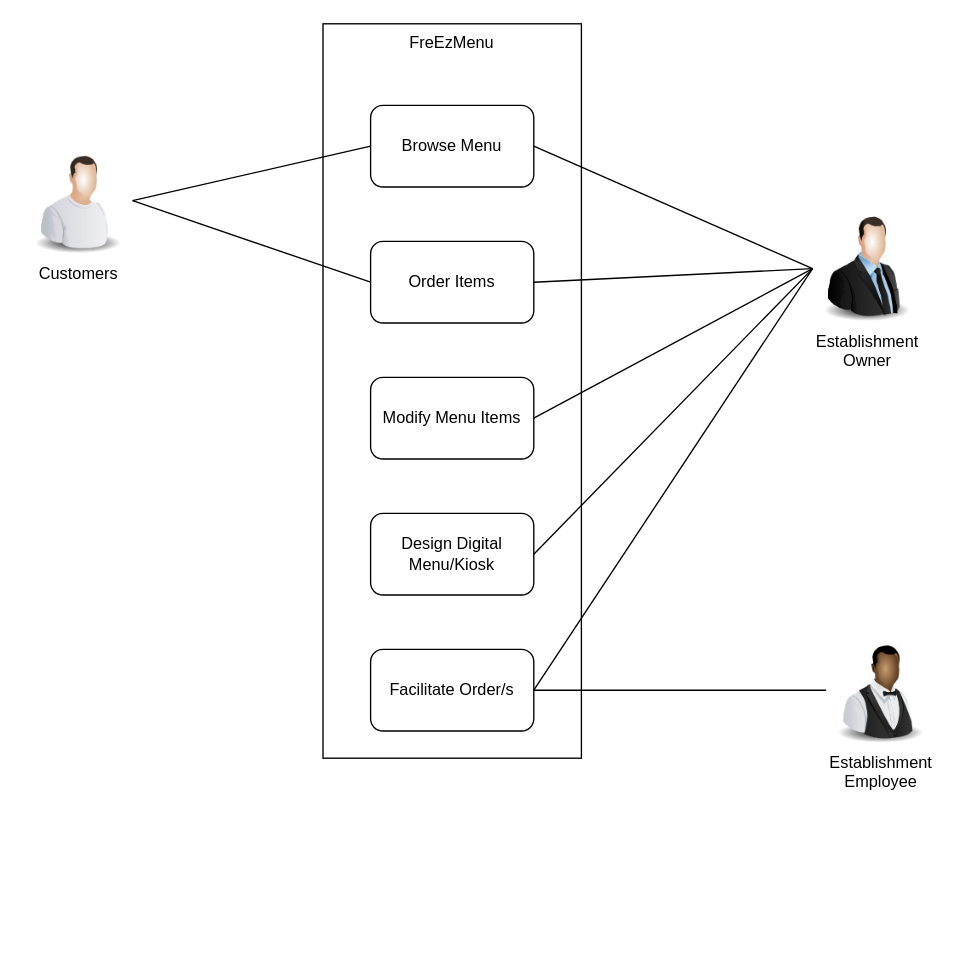
Earlier version of the draw.io diagram DOCS/Diagrams/Use Case Diagram 2.drawio (alexxGmZ/MenuMaApp). Source tidied: cells renumbered, new cells numbered last; positions are measured from the earlier drawing's top-left corner, leaving out a move shared by most shapes. Both pictures are drawn from the tidied source at 136%, with x=0, y=0 at pixel (23, 23).
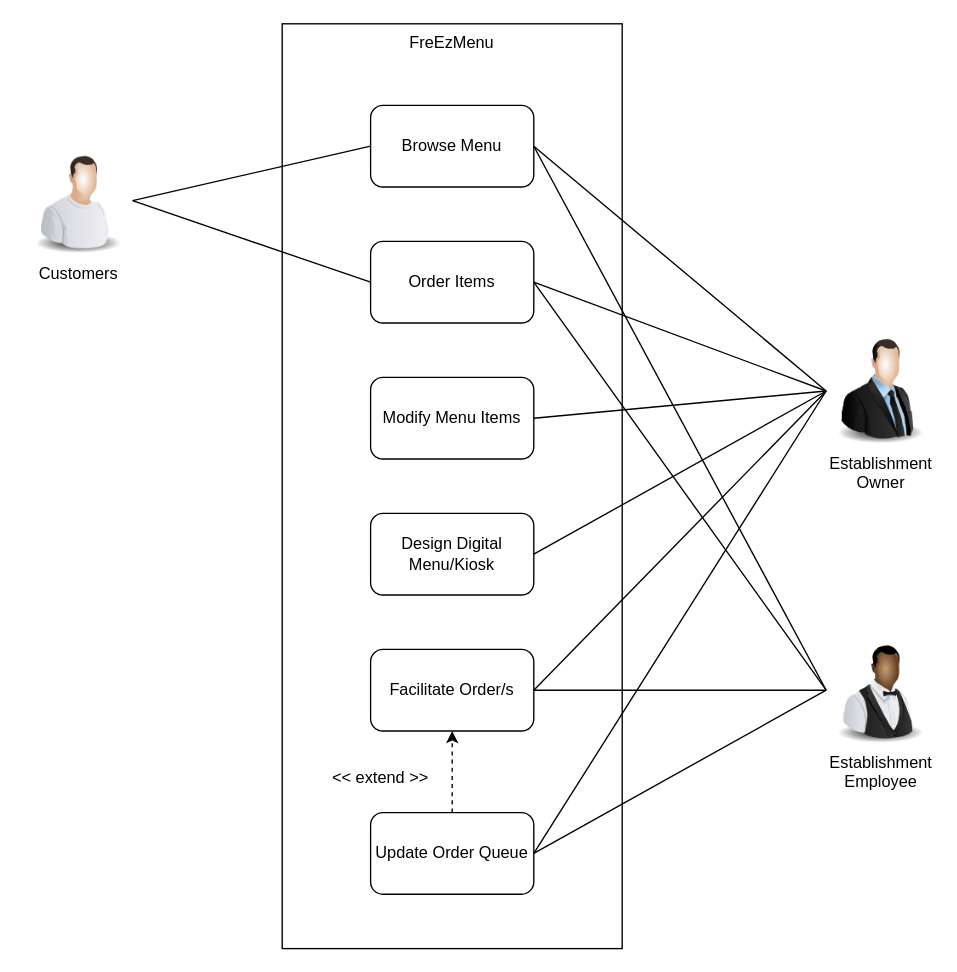
The same page after the edit.

Commit message:
diagrams(use case): use case diagram version 2

Unchanged cells that the change refers to:
```xml
<mxCell id="4" value="Browse Menu" style="rounded=1;whiteSpace=wrap;html=1;" parent="1" vertex="1">
  <mxGeometry x="255" y="60" width="120" height="60" as="geometry" />
</mxCell>
<mxCell id="5" value="Order Items" style="rounded=1;whiteSpace=wrap;html=1;" parent="1" vertex="1">
  <mxGeometry x="255" y="160" width="120" height="60" as="geometry" />
</mxCell>
<mxCell id="9" value="Establishment&lt;br&gt;Employee" style="image;html=1;image=img/lib/clip_art/people/Waiter_Black_128x128.png;" parent="1" vertex="1">
  <mxGeometry x="590" y="450" width="80" height="80" as="geometry" />
</mxCell>
<mxCell id="16" value="Facilitate Order/s" style="rounded=1;whiteSpace=wrap;html=1;" parent="1" vertex="1">
  <mxGeometry x="255" y="460" width="120" height="60" as="geometry" />
</mxCell>
```

What changed in the source:
```diff
@@
     <mxCell id="3" value="FreEzMenu" style="rounded=0;whiteSpace=wrap;html=1;verticalAlign=top;" parent="1" vertex="1">
-      <mxGeometry x="220" width="190" height="540" as="geometry" />
+      <mxGeometry x="190" width="250" height="680" as="geometry" />
     </mxCell>
@@
     <mxCell id="8" value="Establishment&lt;br&gt;Owner" style="image;html=1;image=img/lib/clip_art/people/Suit_Man_128x128.png;" parent="1" vertex="1">
-      <mxGeometry x="580" y="140" width="80" height="80" as="geometry" />
+      <mxGeometry x="590" y="230" width="80" height="80" as="geometry" />
     </mxCell>
@@
-    <mxCell id="10" style="endArrow=none;html=1;endFill=0;entryX=0;entryY=0.5;entryDx=0;entryDy=0;exitX=1;exitY=0.5;exitDx=0;exitDy=0;" parent="1" edge="1" source="4" target="8">
-      <mxGeometry relative="1" as="geometry" />
-    </mxCell>
-    <mxCell id="11" style="endArrow=none;html=1;entryX=0;entryY=0.5;entryDx=0;entryDy=0;exitX=1;exitY=0.5;exitDx=0;exitDy=0;" parent="1" edge="1" source="5" target="8">
-      <mxGeometry relative="1" as="geometry" />
-    </mxCell>
@@
+    <mxCell id="19" value="Update Order Queue" style="rounded=1;whiteSpace=wrap;html=1;" parent="1" vertex="1">
+      <mxGeometry x="255" y="580" width="120" height="60" as="geometry" />
+    </mxCell>
+    <mxCell id="20" style="endArrow=classic;dashed=1;html=1;entryX=0.5;entryY=1;entryDx=0;entryDy=0;exitX=0.5;exitY=0;exitDx=0;exitDy=0;endFill=1;startArrow=none;startFill=0;" parent="1" edge="1" source="19" target="16">
+      <mxGeometry relative="1" as="geometry" />
+    </mxCell>
+    <mxCell id="21" value="&amp;lt;&amp;lt; extend &amp;gt;&amp;gt;" style="text;html=1;strokeColor=none;fillColor=none;align=center;verticalAlign=middle;whiteSpace=wrap;rounded=0;" parent="1" vertex="1">
+      <mxGeometry x="220" y="540" width="85" height="30" as="geometry" />
+    </mxCell>
+    <mxCell id="22" style="endArrow=none;html=1;entryX=0;entryY=0.5;entryDx=0;entryDy=0;exitX=1;exitY=0.5;exitDx=0;exitDy=0;" parent="1" edge="1" source="19" target="9">
+      <mxGeometry relative="1" as="geometry" />
+    </mxCell>
+    <mxCell id="23" style="endArrow=none;html=1;exitX=1;exitY=0.5;exitDx=0;exitDy=0;entryX=0;entryY=0.5;entryDx=0;entryDy=0;" parent="1" edge="1" source="19" target="8">
+      <mxGeometry relative="1" as="geometry" />
+    </mxCell>
+    <mxCell id="24" style="endArrow=none;html=1;exitX=1;exitY=0.5;exitDx=0;exitDy=0;" parent="1" edge="1" source="5">
+      <mxGeometry relative="1" as="geometry">
+        <mxPoint x="590" y="270" as="targetPoint" />
+      </mxGeometry>
+    </mxCell>
+    <mxCell id="25" style="endArrow=none;html=1;exitX=1;exitY=0.5;exitDx=0;exitDy=0;entryX=0;entryY=0.5;entryDx=0;entryDy=0;" parent="1" edge="1" target="8">
+      <mxGeometry relative="1" as="geometry">
+        <mxPoint x="375" y="90" as="sourcePoint" />
+      </mxGeometry>
+    </mxCell>
+    <mxCell id="26" style="endArrow=none;html=1;exitX=1;exitY=0.5;exitDx=0;exitDy=0;" parent="1" edge="1" source="5">
+      <mxGeometry relative="1" as="geometry">
+        <mxPoint x="590" y="490" as="targetPoint" />
+      </mxGeometry>
+    </mxCell>
+    <mxCell id="27" style="endArrow=none;html=1;exitX=1;exitY=0.5;exitDx=0;exitDy=0;entryX=0;entryY=0.5;entryDx=0;entryDy=0;" parent="1" edge="1" source="4" target="9">
+      <mxGeometry relative="1" as="geometry" />
+    </mxCell>
```
